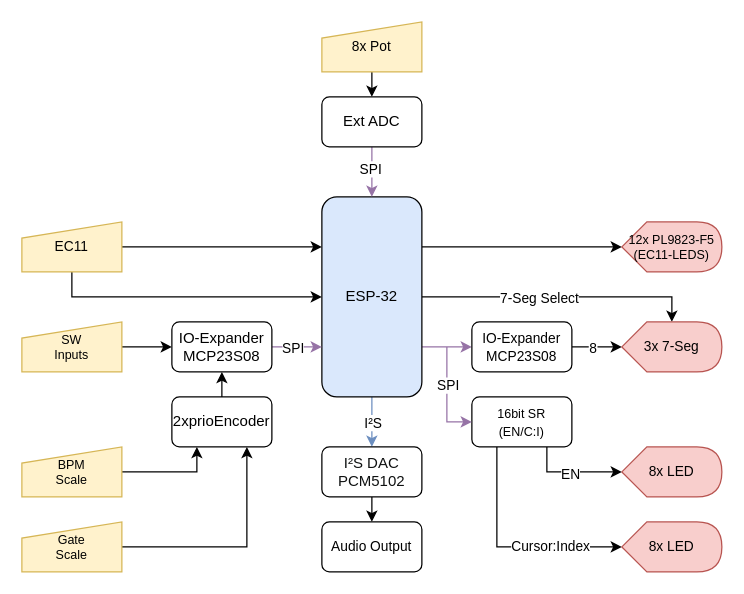
This is docu/v2/BSB_Sequencer_I2S.drawio from s-grundner/HWEP-Sequencer, a draw.io file, before an edit. Source tidied: cells renumbered, new cells numbered last; positions are measured from the earlier drawing's top-left corner, leaving out a move shared by most shapes. Both pictures are drawn from the tidied source at 125%, with x=0, y=0 at pixel (21, 21).
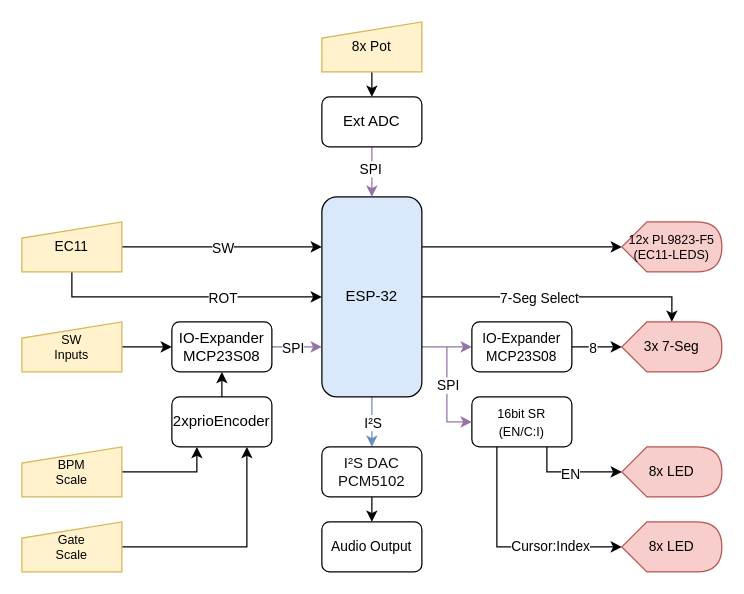
The same page after the edit.

Unchanged cells that the change refers to:
```xml
<mxCell id="16" style="edgeStyle=orthogonalEdgeStyle;rounded=0;jettySize=auto;html=1;exitX=1;exitY=0.5;exitDx=0;exitDy=0;entryX=0;entryY=0.25;entryDx=0;entryDy=0;" parent="1" edge="1" source="18" target="9">
  <mxGeometry relative="1" as="geometry" />
</mxCell>
<mxCell id="17" style="edgeStyle=orthogonalEdgeStyle;rounded=0;jettySize=auto;html=1;exitX=0.5;exitY=1;exitDx=0;exitDy=0;entryX=0;entryY=0.5;entryDx=0;entryDy=0;" parent="1" edge="1" source="18" target="9">
  <mxGeometry relative="1" as="geometry" />
</mxCell>
```

Change to the diagram source:
```diff
@@
+    <mxCell id="46" value="SW" style="edgeLabel;html=1;align=center;verticalAlign=middle;" parent="16" vertex="1">
+      <mxGeometry x="0.19" relative="1" as="geometry">
+        <mxPoint x="-15" as="offset" />
+      </mxGeometry>
+    </mxCell>
@@
+    <mxCell id="47" value="ROT" style="edgeLabel;html=1;align=center;verticalAlign=middle;" parent="17" vertex="1">
+      <mxGeometry x="0.45" y="-2" relative="1" as="geometry">
+        <mxPoint x="-20" y="-2" as="offset" />
+      </mxGeometry>
+    </mxCell>
```
